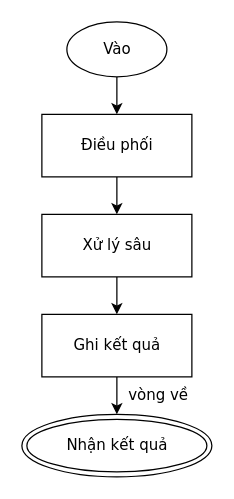
Before: conformance/golden/flowchart/10-route-general.drawio in luytbq/flowcast, a draw.io diagram. Source tidied: cells renumbered, new cells numbered last; positions are measured from the earlier drawing's top-left corner, leaving out a move shared by most shapes. Both pictures are drawn from the tidied source at 125%, with x=0, y=0 at pixel (21, 21).
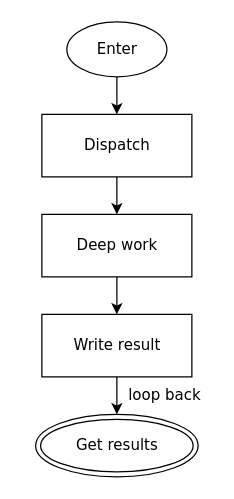
After the change.

What changed in the source:
```diff
@@
 <mxGraphModel>
   <root>
     <mxCell id="0" />
     <mxCell id="1" parent="0" />
-    <mxCell id="2" value="Vào" style="ellipse;html=1;fontFamily=Verdana;fontSize=12;flowtable=1;" parent="1" vertex="1">
+    <mxCell id="2" value="Enter" style="ellipse;html=1;fontFamily=Verdana;fontSize=12;flowtable=1;" parent="1" vertex="1">
       <mxGeometry x="36" width="80" height="44" as="geometry" />
     </mxCell>
-    <mxCell id="3" value="Điều phối" style="rounded=0;html=1;fontFamily=Verdana;fontSize=12;flowtable=1;" parent="1" vertex="1">
+    <mxCell id="3" value="Dispatch" style="rounded=0;html=1;fontFamily=Verdana;fontSize=12;flowtable=1;" parent="1" vertex="1">
       <mxGeometry x="16" y="74" width="120" height="50" as="geometry" />
     </mxCell>
-    <mxCell id="4" value="Xử lý sâu" style="rounded=0;html=1;fontFamily=Verdana;fontSize=12;flowtable=1;" parent="1" vertex="1">
+    <mxCell id="4" value="Deep work" style="rounded=0;html=1;fontFamily=Verdana;fontSize=12;flowtable=1;" parent="1" vertex="1">
       <mxGeometry x="16" y="154" width="120" height="50" as="geometry" />
     </mxCell>
-    <mxCell id="5" value="Ghi kết quả" style="rounded=0;html=1;fontFamily=Verdana;fontSize=12;flowtable=1;" parent="1" vertex="1">
+    <mxCell id="5" value="Write result" style="rounded=0;html=1;fontFamily=Verdana;fontSize=12;flowtable=1;" parent="1" vertex="1">
       <mxGeometry x="16" y="234" width="120" height="50" as="geometry" />
     </mxCell>
-    <mxCell id="6" value="Nhận kết quả" style="shape=doubleEllipse;html=1;fontFamily=Verdana;fontSize=12;flowtable=1;" parent="1" vertex="1">
-      <mxGeometry y="314" width="152" height="50" as="geometry" />
+    <mxCell id="6" value="Get results" style="shape=doubleEllipse;html=1;fontFamily=Verdana;fontSize=12;flowtable=1;" parent="1" vertex="1">
+      <mxGeometry x="11" y="314" width="130" height="50" as="geometry" />
     </mxCell>
     <mxCell id="7" style="edgeStyle=orthogonalEdgeStyle;rounded=0;jettySize=auto;html=1;labelBackgroundColor=default;exitX=0.5;exitY=1;exitDx=0;exitDy=0;entryX=0.5;entryY=0;entryDx=0;entryDy=0;fontFamily=Verdana;fontSize=12;flowtable=1;" parent="1" edge="1" source="2" target="3">
       <mxGeometry relative="1" as="geometry" />
     </mxCell>
     <mxCell id="8" style="edgeStyle=orthogonalEdgeStyle;rounded=0;jettySize=auto;html=1;labelBackgroundColor=default;exitX=0.5;exitY=1;exitDx=0;exitDy=0;entryX=0.5;entryY=0;entryDx=0;entryDy=0;fontFamily=Verdana;fontSize=12;flowtable=1;" parent="1" edge="1" source="3" target="4">
       <mxGeometry relative="1" as="geometry" />
     </mxCell>
     <mxCell id="9" style="edgeStyle=orthogonalEdgeStyle;rounded=0;jettySize=auto;html=1;labelBackgroundColor=default;exitX=0.5;exitY=1;exitDx=0;exitDy=0;entryX=0.5;entryY=0;entryDx=0;entryDy=0;fontFamily=Verdana;fontSize=12;flowtable=1;" parent="1" edge="1" source="4" target="5">
       <mxGeometry relative="1" as="geometry" />
     </mxCell>
-    <mxCell id="10" value="vòng về" style="edgeStyle=orthogonalEdgeStyle;rounded=0;jettySize=auto;html=1;labelBackgroundColor=default;exitX=0.5;exitY=1;exitDx=0;exitDy=0;entryX=0.5;entryY=0;entryDx=0;entryDy=0;fontFamily=Verdana;fontSize=12;flowtable=1;" parent="1" edge="1" source="5" target="6">
+    <mxCell id="10" value="loop back" style="edgeStyle=orthogonalEdgeStyle;rounded=0;jettySize=auto;html=1;labelBackgroundColor=default;exitX=0.5;exitY=1;exitDx=0;exitDy=0;entryX=0.5;entryY=0;entryDx=0;entryDy=0;fontFamily=Verdana;fontSize=12;flowtable=1;" parent="1" edge="1" source="5" target="6">
       <mxGeometry x="-0.03" relative="1" as="geometry">
-        <mxPoint x="33" as="offset" />
+        <mxPoint x="37.8" as="offset" />
       </mxGeometry>
     </mxCell>
   </root>
 </mxGraphModel>
```
